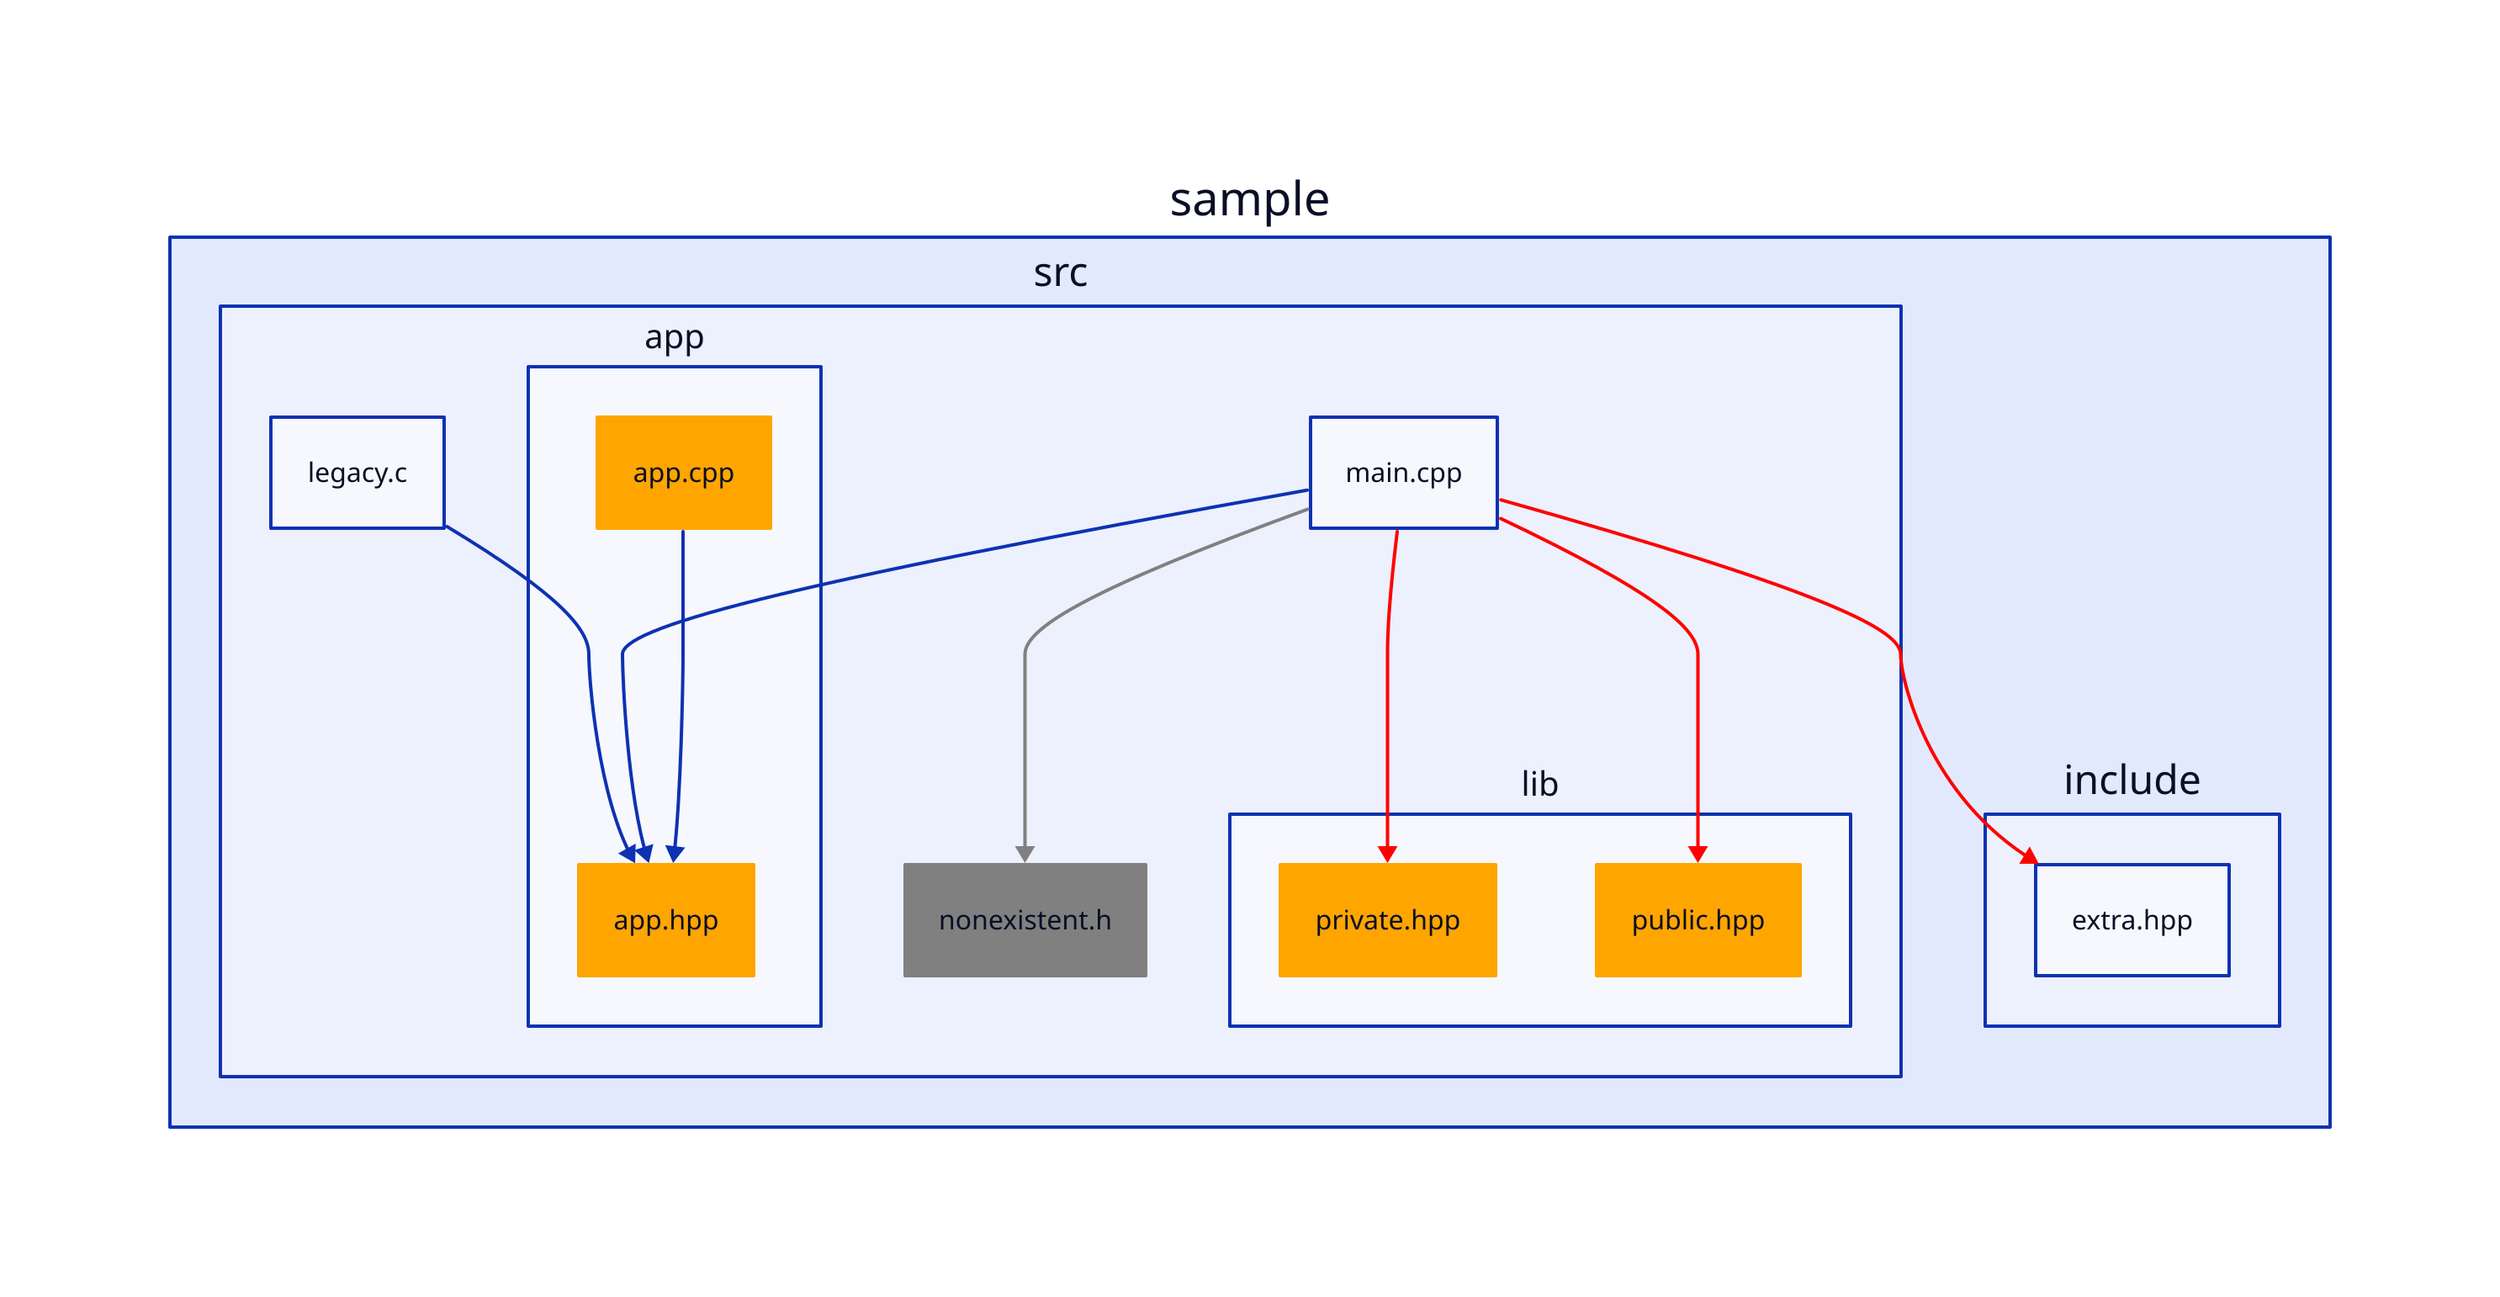
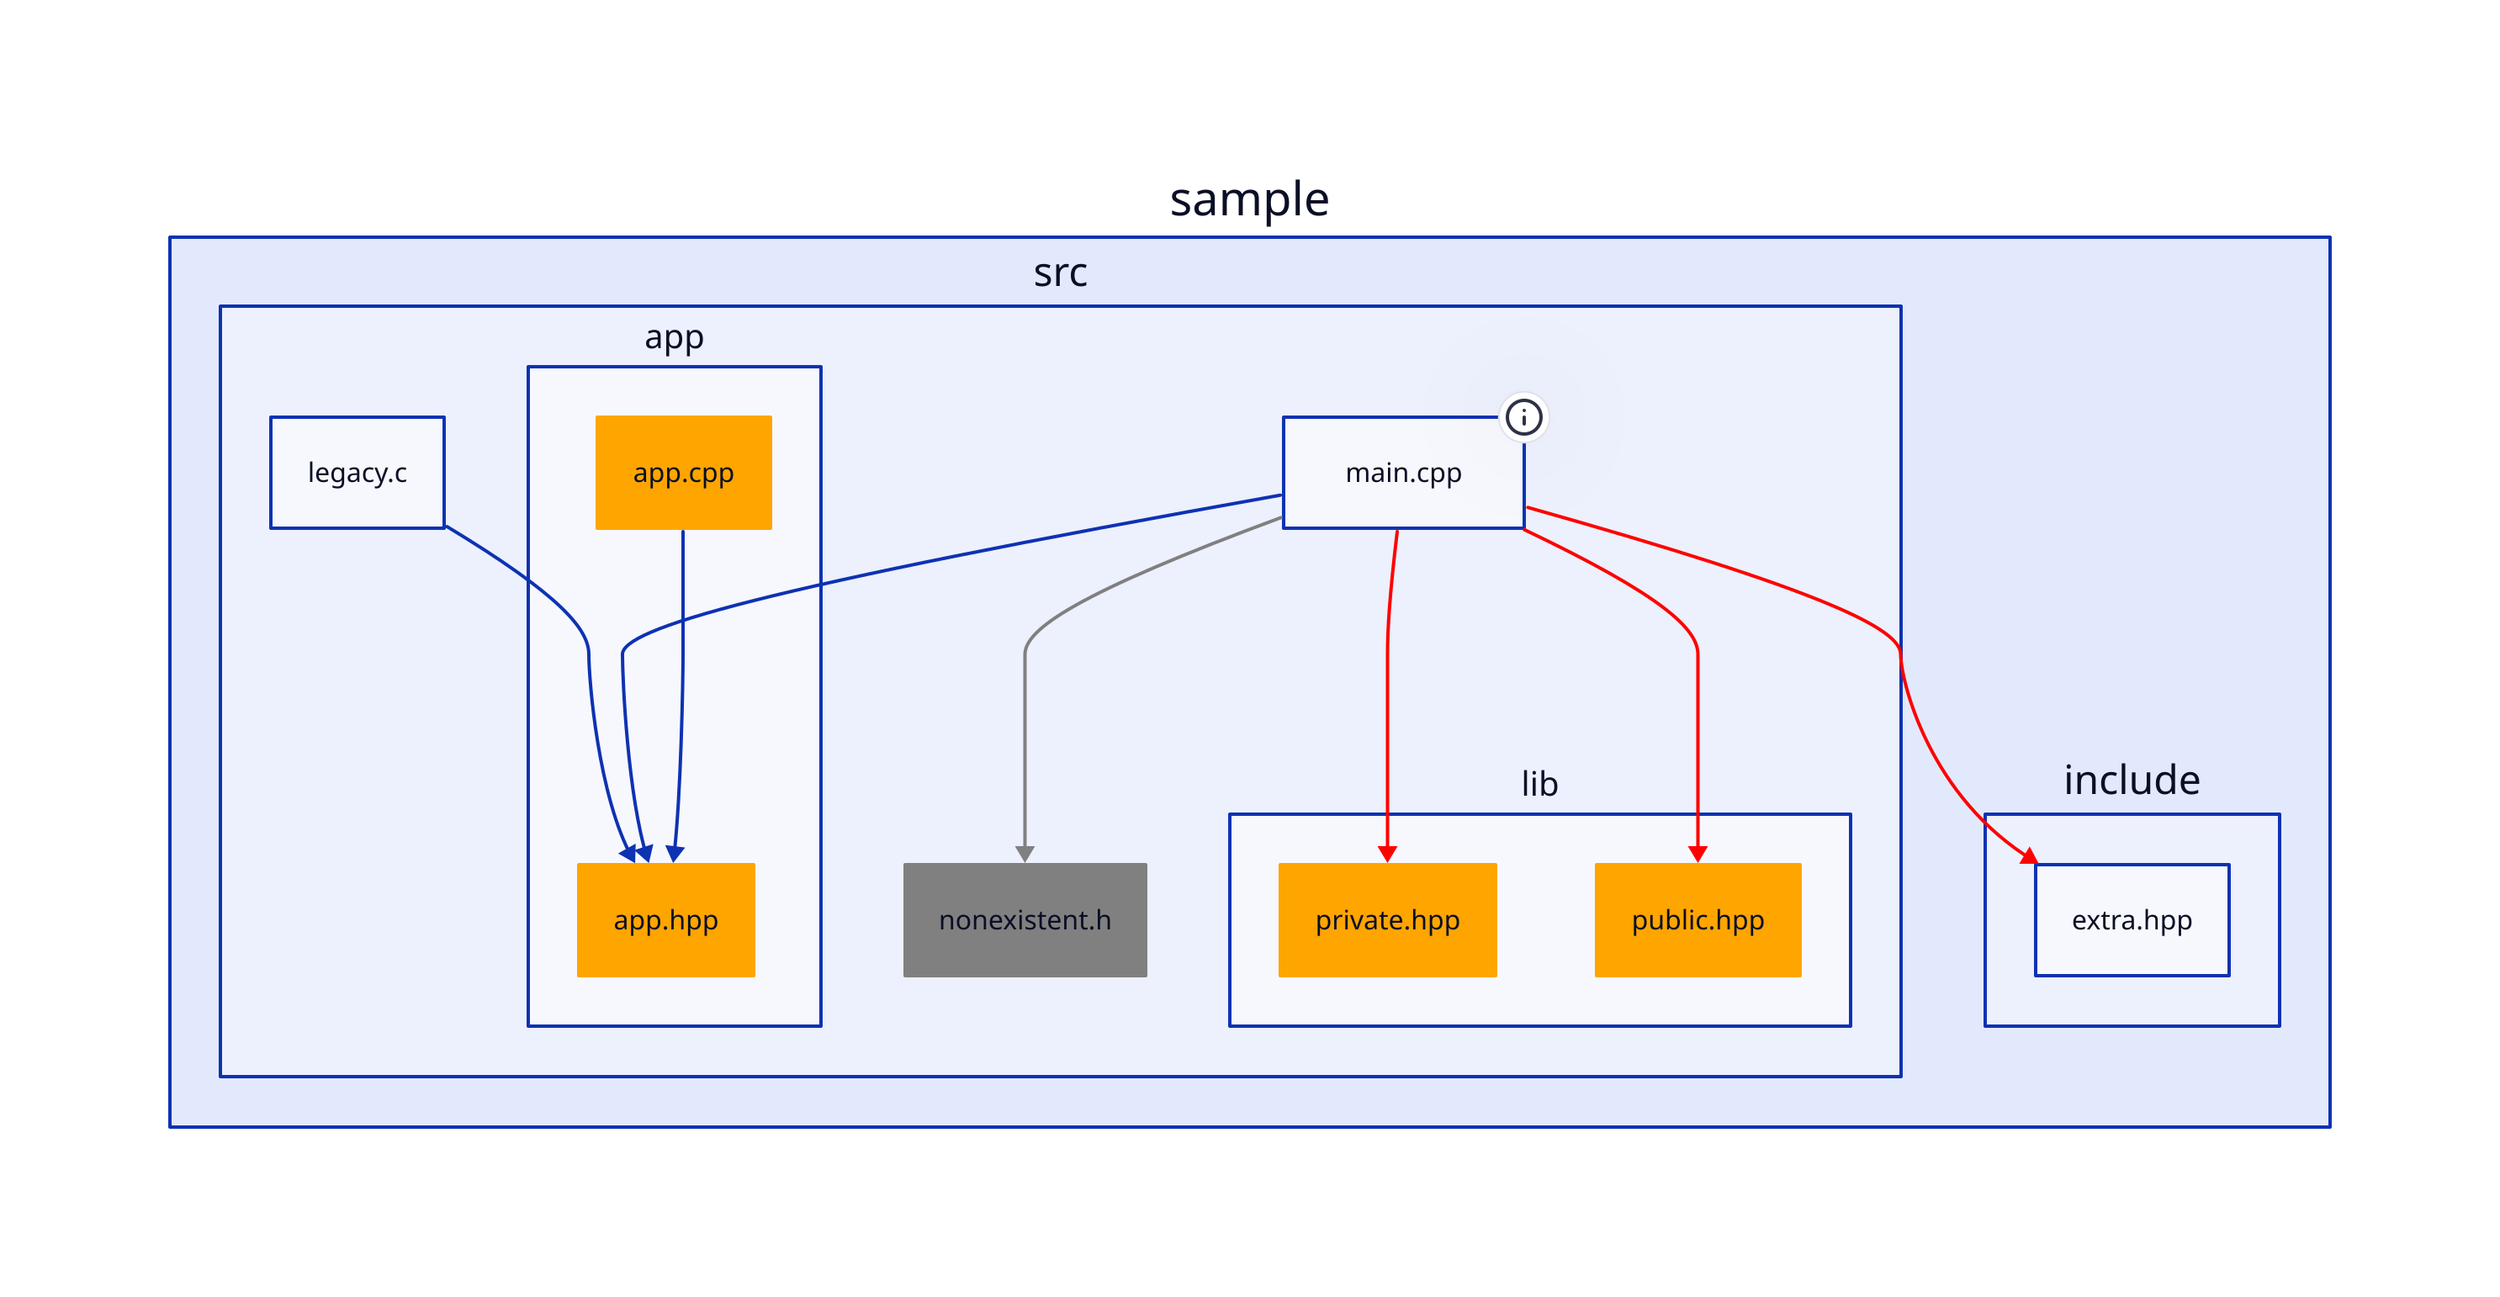
# CppDepScan sample/src -A 'sample/src/*' sample/src/app -I sample/include -o result/glob_allowed.d2

classes: {
  forbidden: {
    style: {
      stroke: "red"
    }
  }
  unspecified: {
    style: {
      stroke: "orange"
      fill: "orange"
    }
  }
  unresolved: {
    style: {
      stroke: "gray"
      fill: "gray"
    }
  }
}
vars: {
  d2-legend: {
    a: {
      label: Specified
    }
    b: Unspecified {
      label: Unspecified
      class: unspecified
    }
    c: Unresolved {
      label: Unresolved
      class: unresolved
    }
    a -> b: Allowed
    a -> b: Forbidden {
      class: forbidden
    }
    a -> b: Unresolved {
      class: unresolved
    }
  }
}

# specified include list:

# files:
sample.src."legacy.c"
- sample.src."main.cpp"
+ sample.src."main.cpp": main.cpp {tooltip: part of "sample/src/*", can include: "sample/src/app"}

# allowed:
sample.src."legacy.c" -> sample.src.app."app.hpp"
sample.src."main.cpp" -> sample.src.app."app.hpp"

# forbidden:
sample.src."main.cpp" -> sample.include."extra.hpp": {class: forbidden}
sample.src."main.cpp" -> sample.src.lib."private.hpp": {class: forbidden}
sample.src."main.cpp" -> sample.src.lib."public.hpp": {class: forbidden}

# unresolved:
sample.src."nonexistent.h".class: unresolved
sample.src."main.cpp" -> sample.src."nonexistent.h": {class: unresolved}

# unspecified include list:

# files:
sample.src.app."app.cpp".class: unspecified
sample.src.app."app.hpp".class: unspecified
sample.src.lib."private.hpp".class: unspecified
sample.src.lib."public.hpp".class: unspecified

# resolved:
sample.src.app."app.cpp" -> sample.src.app."app.hpp"
